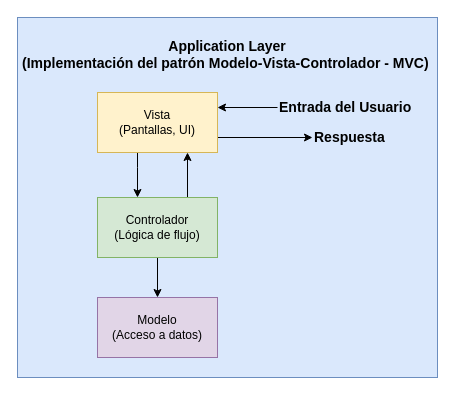
This is Organizacion interna del MVC dentro de la capa de aplicacion.drawio from W1TCH3R94/notasCursos, a draw.io file, before an edit. Source tidied: cells renumbered, new cells numbered last; positions are measured from the earlier drawing's top-left corner, leaving out a move shared by most shapes. Both pictures are drawn from the tidied source at 100%, with x=0, y=0 at pixel (17, 17).
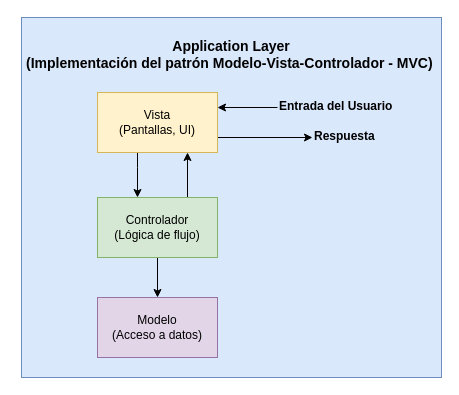
After the change.

Change to the diagram source:
```diff
@@
 <mxGraphModel>
   <root>
     <mxCell id="0" />
     <mxCell id="1" parent="0" />
     <mxCell id="2" value="&lt;div style=&quot;padding-top: 0px;&quot;&gt;&lt;div&gt;&lt;br&gt;&lt;/div&gt;&lt;div&gt;&lt;span style=&quot;background-color: transparent; color: light-dark(rgb(0, 0, 0), rgb(255, 255, 255));&quot;&gt;&lt;font style=&quot;font-size: 14px;&quot;&gt;&lt;b&gt;Application Layer&lt;/b&gt;&lt;/font&gt;&lt;/span&gt;&lt;/div&gt;&lt;div&gt;&lt;font style=&quot;font-size: 14px;&quot;&gt;&lt;b&gt;&lt;span style=&quot;background-color: transparent; color: light-dark(rgb(0, 0, 0), rgb(255, 255, 255));&quot;&gt;(Implementación del patrón&amp;nbsp;&lt;/span&gt;&lt;span style=&quot;background-color: transparent;&quot;&gt;Modelo-Vista-&lt;/span&gt;&lt;span style=&quot;background-color: transparent;&quot;&gt;Controlador - MVC&lt;/span&gt;&lt;/b&gt;&lt;/font&gt;&lt;span style=&quot;background-color: transparent; color: light-dark(rgb(0, 0, 0), rgb(255, 255, 255));&quot;&gt;&lt;font style=&quot;font-size: 14px;&quot;&gt;&lt;b&gt;)&lt;/b&gt;&lt;/font&gt;&amp;nbsp;&lt;/span&gt;&lt;/div&gt;&lt;/div&gt;" style="rounded=0;whiteSpace=wrap;html=1;verticalAlign=top;fillColor=#dae8fc;strokeColor=#6c8ebf;" parent="1" vertex="1">
-      <mxGeometry width="420" height="360" as="geometry" />
+      <mxGeometry x="4" width="420" height="360" as="geometry" />
     </mxCell>
     <mxCell id="3" style="edgeStyle=orthogonalEdgeStyle;rounded=0;jettySize=auto;html=1;" parent="1" edge="1" source="5" target="10">
       <mxGeometry relative="1" as="geometry">
         <Array as="points">
           <mxPoint x="120" y="150" />
           <mxPoint x="120" y="150" />
         </Array>
       </mxGeometry>
     </mxCell>
     <mxCell id="4" style="edgeStyle=orthogonalEdgeStyle;rounded=0;jettySize=auto;html=1;exitX=1;exitY=0.75;exitDx=0;exitDy=0;" parent="1" edge="1" source="5" target="11">
       <mxGeometry relative="1" as="geometry" />
     </mxCell>
     <mxCell id="5" value="&lt;div&gt;Vista&lt;/div&gt;&lt;div&gt;&lt;span style=&quot;background-color: transparent; color: light-dark(rgb(0, 0, 0), rgb(255, 255, 255));&quot;&gt;(Pantallas, UI)&lt;/span&gt;&lt;/div&gt;" style="rounded=0;whiteSpace=wrap;html=1;fillColor=#fff2cc;strokeColor=#d6b656;" parent="1" vertex="1">
       <mxGeometry x="80" y="75" width="120" height="60" as="geometry" />
     </mxCell>
     <mxCell id="6" style="edgeStyle=orthogonalEdgeStyle;rounded=0;jettySize=auto;html=1;entryX=1;entryY=0.25;entryDx=0;entryDy=0;" parent="1" edge="1" source="7" target="5">
       <mxGeometry relative="1" as="geometry" />
     </mxCell>
-    <mxCell id="7" value="&lt;h1 style=&quot;margin-top: 0px;&quot;&gt;Entrada del Usuario&lt;/h1&gt;" style="text;html=1;whiteSpace=wrap;overflow=hidden;rounded=0;fontSize=7;" parent="1" vertex="1">
+    <mxCell id="7" value="&lt;h1 style=&quot;margin-top: 0px;&quot;&gt;Entrada del Usuario&lt;/h1&gt;" style="text;html=1;whiteSpace=wrap;overflow=hidden;rounded=0;fontSize=6;" parent="1" vertex="1">
       <mxGeometry x="260" y="75" width="160" height="30" as="geometry" />
     </mxCell>
     <mxCell id="8" style="edgeStyle=orthogonalEdgeStyle;rounded=0;jettySize=auto;html=1;exitX=0.75;exitY=0;exitDx=0;exitDy=0;entryX=0.75;entryY=1;entryDx=0;entryDy=0;" parent="1" edge="1" source="10" target="5">
       <mxGeometry relative="1" as="geometry" />
     </mxCell>
     <mxCell id="9" style="edgeStyle=orthogonalEdgeStyle;rounded=0;jettySize=auto;html=1;" parent="1" edge="1" source="10" target="12">
       <mxGeometry relative="1" as="geometry" />
     </mxCell>
     <mxCell id="10" value="&lt;div&gt;Controlador&lt;/div&gt;&lt;div&gt;&lt;span style=&quot;background-color: transparent; color: light-dark(rgb(0, 0, 0), rgb(255, 255, 255));&quot;&gt;(Lógica de flujo)&lt;/span&gt;&lt;/div&gt;" style="rounded=0;whiteSpace=wrap;html=1;fillColor=#d5e8d4;strokeColor=#82b366;" parent="1" vertex="1">
       <mxGeometry x="80" y="180" width="120" height="60" as="geometry" />
     </mxCell>
-    <mxCell id="11" value="&lt;h1 style=&quot;margin-top: 0px;&quot;&gt;Respuesta&lt;/h1&gt;" style="text;html=1;whiteSpace=wrap;overflow=hidden;rounded=0;fontSize=7;" parent="1" vertex="1">
+    <mxCell id="11" value="&lt;h1 style=&quot;margin-top: 0px;&quot;&gt;Respuesta&lt;/h1&gt;" style="text;html=1;whiteSpace=wrap;overflow=hidden;rounded=0;fontSize=6;" parent="1" vertex="1">
       <mxGeometry x="295" y="105" width="90" height="30" as="geometry" />
     </mxCell>
     <mxCell id="12" value="&lt;div&gt;Modelo&lt;/div&gt;&lt;div&gt;&lt;span style=&quot;background-color: transparent; color: light-dark(rgb(0, 0, 0), rgb(255, 255, 255));&quot;&gt;(Acceso a datos)&lt;/span&gt;&lt;/div&gt;" style="rounded=0;whiteSpace=wrap;html=1;fillColor=#e1d5e7;strokeColor=#9673a6;" parent="1" vertex="1">
       <mxGeometry x="80" y="280" width="120" height="60" as="geometry" />
     </mxCell>
   </root>
 </mxGraphModel>
```
